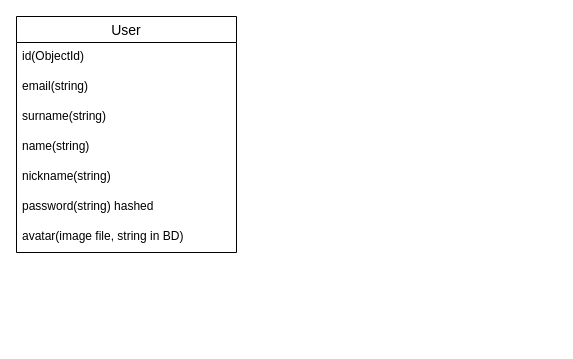
Earlier version of the draw.io diagram docs/BDDiagram.drawio (Sorokovsky/SorokChatServer). Source tidied: cells renumbered, new cells numbered last; positions are measured from the earlier drawing's top-left corner, leaving out a move shared by most shapes. Both pictures are drawn from the tidied source at 100%, with x=0, y=0 at pixel (16, 16).
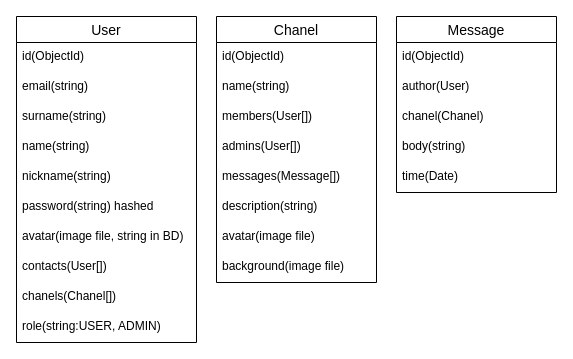
After the change.

What changed in the source:
```diff
@@
     <mxCell id="2" value="User" style="swimlane;fontStyle=0;horizontal=1;startSize=26;align=center;fontSize=14;" parent="1" vertex="1">
-      <mxGeometry width="220" height="236" as="geometry" />
+      <mxGeometry width="180" height="326" as="geometry" />
     </mxCell>
     <mxCell id="3" value="id(ObjectId)" style="text;strokeColor=none;fillColor=none;spacingLeft=4;spacingRight=4;overflow=hidden;fontSize=12;" parent="2" vertex="1">
-      <mxGeometry y="26" width="220" height="30" as="geometry" />
+      <mxGeometry y="26" width="180" height="30" as="geometry" />
     </mxCell>
     <mxCell id="4" value="email(string)" style="text;strokeColor=none;fillColor=none;spacingLeft=4;spacingRight=4;overflow=hidden;fontSize=12;" parent="2" vertex="1">
-      <mxGeometry y="56" width="220" height="30" as="geometry" />
+      <mxGeometry y="56" width="180" height="30" as="geometry" />
     </mxCell>
     <mxCell id="5" value="surname(string)" style="text;strokeColor=none;fillColor=none;spacingLeft=4;spacingRight=4;overflow=hidden;fontSize=12;" parent="2" vertex="1">
-      <mxGeometry y="86" width="220" height="30" as="geometry" />
+      <mxGeometry y="86" width="180" height="30" as="geometry" />
     </mxCell>
     <mxCell id="6" value="name(string)" style="text;strokeColor=none;fillColor=none;spacingLeft=4;spacingRight=4;overflow=hidden;fontSize=12;" parent="2" vertex="1">
-      <mxGeometry y="116" width="220" height="30" as="geometry" />
+      <mxGeometry y="116" width="180" height="30" as="geometry" />
     </mxCell>
     <mxCell id="7" value="nickname(string)" style="text;strokeColor=none;fillColor=none;spacingLeft=4;spacingRight=4;overflow=hidden;fontSize=12;" parent="2" vertex="1">
-      <mxGeometry y="146" width="220" height="30" as="geometry" />
+      <mxGeometry y="146" width="180" height="30" as="geometry" />
     </mxCell>
     <mxCell id="8" value="password(string) hashed" style="text;strokeColor=none;fillColor=none;spacingLeft=4;spacingRight=4;overflow=hidden;fontSize=12;" parent="2" vertex="1">
-      <mxGeometry y="176" width="220" height="30" as="geometry" />
+      <mxGeometry y="176" width="180" height="30" as="geometry" />
     </mxCell>
     <mxCell id="9" value="avatar(image file, string in BD)" style="text;strokeColor=none;fillColor=none;spacingLeft=4;spacingRight=4;overflow=hidden;fontSize=12;" parent="2" vertex="1">
-      <mxGeometry y="206" width="220" height="30" as="geometry" />
+      <mxGeometry y="206" width="180" height="30" as="geometry" />
     </mxCell>
+    <mxCell id="10" value="contacts(User[])" style="text;strokeColor=none;fillColor=none;spacingLeft=4;spacingRight=4;overflow=hidden;fontSize=12;" parent="2" vertex="1">
+      <mxGeometry y="236" width="180" height="30" as="geometry" />
+    </mxCell>
+    <mxCell id="11" value="chanels(Chanel[])" style="text;strokeColor=none;fillColor=none;spacingLeft=4;spacingRight=4;overflow=hidden;fontSize=12;" parent="2" vertex="1">
+      <mxGeometry y="266" width="180" height="30" as="geometry" />
+    </mxCell>
+    <mxCell id="12" value="role(string:USER, ADMIN)" style="text;strokeColor=none;fillColor=none;spacingLeft=4;spacingRight=4;overflow=hidden;fontSize=12;" parent="2" vertex="1">
+      <mxGeometry y="296" width="180" height="30" as="geometry" />
+    </mxCell>
+    <mxCell id="13" value="Chanel" style="swimlane;fontStyle=0;horizontal=1;startSize=26;align=center;fontSize=14;" parent="1" vertex="1">
+      <mxGeometry x="200" width="160" height="266" as="geometry" />
+    </mxCell>
+    <mxCell id="14" value="id(ObjectId)" style="text;strokeColor=none;fillColor=none;spacingLeft=4;spacingRight=4;overflow=hidden;fontSize=12;" parent="13" vertex="1">
+      <mxGeometry y="26" width="160" height="30" as="geometry" />
+    </mxCell>
+    <mxCell id="15" value="name(string)" style="text;strokeColor=none;fillColor=none;spacingLeft=4;spacingRight=4;overflow=hidden;fontSize=12;" parent="13" vertex="1">
+      <mxGeometry y="56" width="160" height="30" as="geometry" />
+    </mxCell>
+    <mxCell id="16" value="members(User[])" style="text;strokeColor=none;fillColor=none;spacingLeft=4;spacingRight=4;overflow=hidden;fontSize=12;" parent="13" vertex="1">
+      <mxGeometry y="86" width="160" height="30" as="geometry" />
+    </mxCell>
+    <mxCell id="17" value="admins(User[])" style="text;strokeColor=none;fillColor=none;spacingLeft=4;spacingRight=4;overflow=hidden;fontSize=12;" parent="13" vertex="1">
+      <mxGeometry y="116" width="160" height="30" as="geometry" />
+    </mxCell>
+    <mxCell id="18" value="messages(Message[])" style="text;strokeColor=none;fillColor=none;spacingLeft=4;spacingRight=4;overflow=hidden;fontSize=12;" parent="13" vertex="1">
+      <mxGeometry y="146" width="160" height="30" as="geometry" />
+    </mxCell>
+    <mxCell id="19" value="description(string)" style="text;strokeColor=none;fillColor=none;spacingLeft=4;spacingRight=4;overflow=hidden;fontSize=12;" parent="13" vertex="1">
+      <mxGeometry y="176" width="160" height="30" as="geometry" />
+    </mxCell>
+    <mxCell id="20" value="avatar(image file)" style="text;strokeColor=none;fillColor=none;spacingLeft=4;spacingRight=4;overflow=hidden;fontSize=12;" parent="13" vertex="1">
+      <mxGeometry y="206" width="160" height="30" as="geometry" />
+    </mxCell>
+    <mxCell id="21" value="background(image file)" style="text;strokeColor=none;fillColor=none;spacingLeft=4;spacingRight=4;overflow=hidden;fontSize=12;" parent="13" vertex="1">
+      <mxGeometry y="236" width="160" height="30" as="geometry" />
+    </mxCell>
+    <mxCell id="22" value="Message" style="swimlane;fontStyle=0;horizontal=1;startSize=26;align=center;fontSize=14;" parent="1" vertex="1">
+      <mxGeometry x="380" width="160" height="176" as="geometry" />
+    </mxCell>
+    <mxCell id="23" value="id(ObjectId)" style="text;strokeColor=none;fillColor=none;spacingLeft=4;spacingRight=4;overflow=hidden;fontSize=12;" parent="22" vertex="1">
+      <mxGeometry y="26" width="160" height="30" as="geometry" />
+    </mxCell>
+    <mxCell id="24" value="author(User)" style="text;strokeColor=none;fillColor=none;spacingLeft=4;spacingRight=4;overflow=hidden;fontSize=12;" parent="22" vertex="1">
+      <mxGeometry y="56" width="160" height="30" as="geometry" />
+    </mxCell>
+    <mxCell id="25" value="chanel(Chanel)" style="text;strokeColor=none;fillColor=none;spacingLeft=4;spacingRight=4;overflow=hidden;fontSize=12;" parent="22" vertex="1">
+      <mxGeometry y="86" width="160" height="30" as="geometry" />
+    </mxCell>
+    <mxCell id="26" value="body(string)" style="text;strokeColor=none;fillColor=none;spacingLeft=4;spacingRight=4;overflow=hidden;fontSize=12;" parent="22" vertex="1">
+      <mxGeometry y="116" width="160" height="30" as="geometry" />
+    </mxCell>
+    <mxCell id="27" value="time(Date)" style="text;strokeColor=none;fillColor=none;spacingLeft=4;spacingRight=4;overflow=hidden;fontSize=12;" parent="22" vertex="1">
+      <mxGeometry y="146" width="160" height="30" as="geometry" />
+    </mxCell>
```
